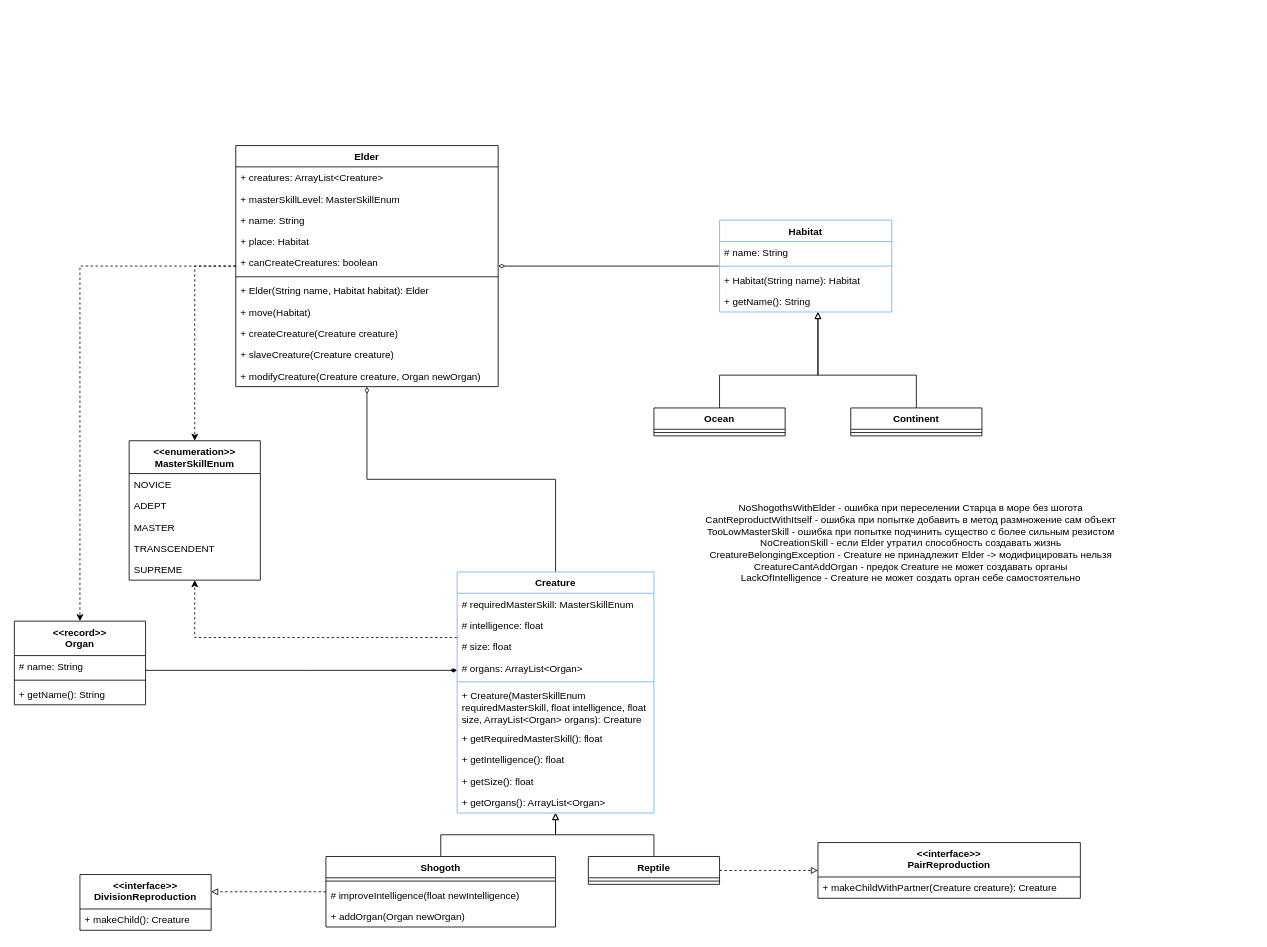
Above: Class diagram.drawio in AskarKasimov/programming-lab-3 (draw.io), before the change. Source tidied: cells renumbered, new cells numbered last; positions are measured from the earlier drawing's top-left corner, leaving out a move shared by most shapes. Both pictures are drawn from the tidied source at 82%, with x=0, y=0 at pixel (14, 145).
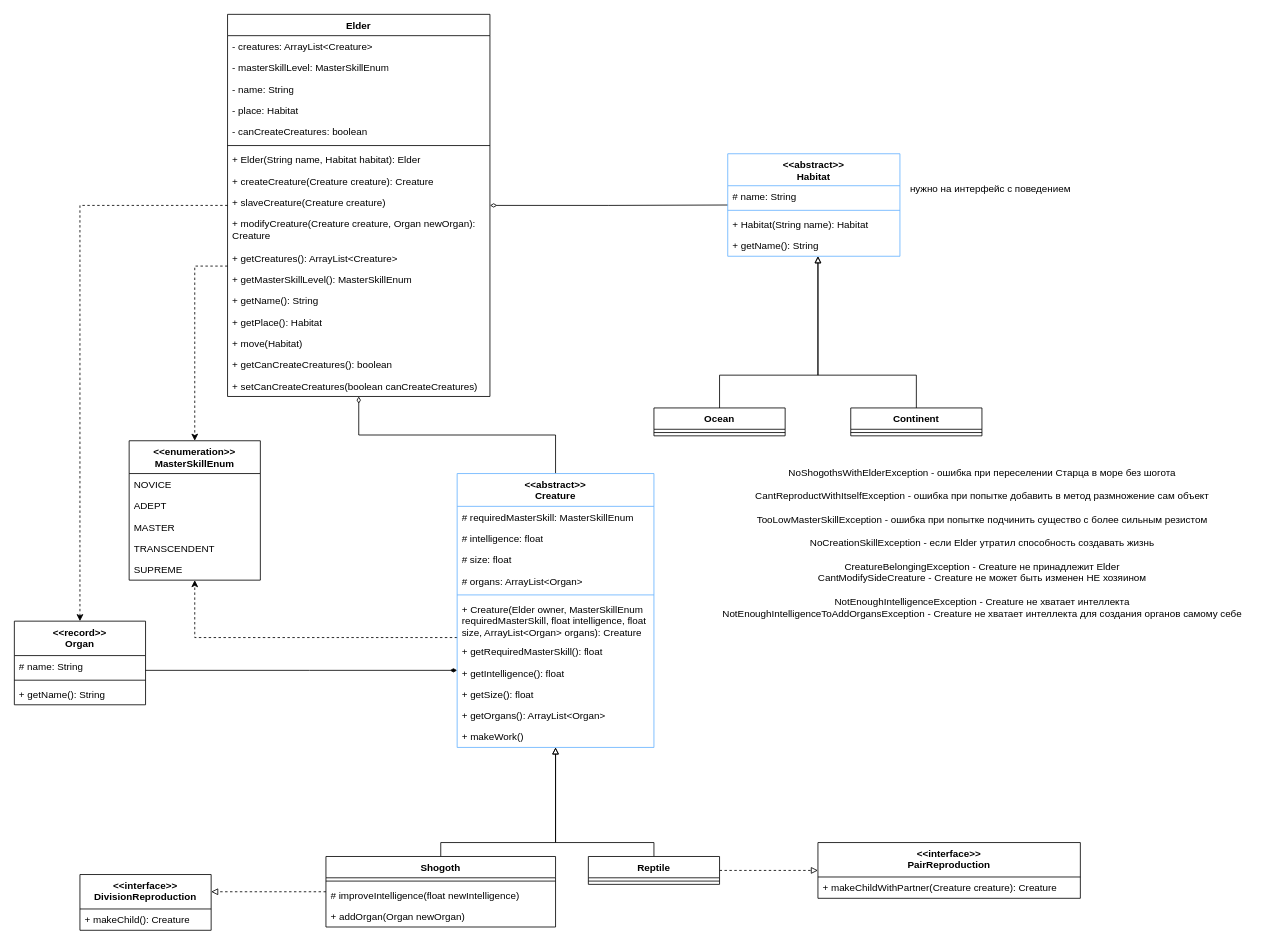
The same diagram, later.

The change refers to these unchanged cells:
```xml
<mxCell id="24" value="Ocean" style="swimlane;fontStyle=1;align=center;verticalAlign=top;horizontal=1;startSize=26;whiteSpace=wrap;html=1;" parent="1" vertex="1">
  <mxGeometry x="780" y="320" width="160" height="34" as="geometry" />
</mxCell>
<mxCell id="27" value="Continent" style="swimlane;fontStyle=1;align=center;verticalAlign=top;horizontal=1;startSize=26;whiteSpace=wrap;html=1;" parent="1" vertex="1">
  <mxGeometry x="1020" y="320" width="160" height="34" as="geometry" />
</mxCell>
<mxCell id="31" value="Reptile" style="swimlane;fontStyle=1;align=center;verticalAlign=top;horizontal=1;startSize=26;whiteSpace=wrap;html=1;" parent="1" vertex="1">
  <mxGeometry x="700" y="867" width="160" height="34" as="geometry" />
</mxCell>
<mxCell id="49" value="Shogoth" style="swimlane;fontStyle=1;align=center;verticalAlign=top;horizontal=1;startSize=26;whiteSpace=wrap;html=1;" parent="1" vertex="1">
  <mxGeometry x="380" y="867" width="280" height="86" as="geometry" />
</mxCell>
```

Diff of the diagram source:
```diff
@@
     <mxCell id="6" value="Elder" style="swimlane;fontStyle=1;align=center;verticalAlign=top;horizontal=1;startSize=26;whiteSpace=wrap;html=1;" parent="1" vertex="1">
-      <mxGeometry x="270" width="320" height="294" as="geometry" />
+      <mxGeometry x="260" y="-160" width="320" height="466" as="geometry" />
     </mxCell>
-    <mxCell id="7" value="+ creatures: ArrayList&amp;lt;Creature&amp;gt;" style="text;strokeColor=none;fillColor=none;align=left;verticalAlign=top;spacingLeft=4;spacingRight=4;overflow=hidden;whiteSpace=wrap;html=1;" parent="6" vertex="1">
+    <mxCell id="7" value="- creatures: ArrayList&amp;lt;Creature&amp;gt;" style="text;strokeColor=none;fillColor=none;align=left;verticalAlign=top;spacingLeft=4;spacingRight=4;overflow=hidden;whiteSpace=wrap;html=1;" parent="6" vertex="1">
       <mxGeometry y="26" width="320" height="26" as="geometry" />
     </mxCell>
-    <mxCell id="8" value="+ masterSkillLevel: MasterSkillEnum" style="text;strokeColor=none;fillColor=none;align=left;verticalAlign=top;spacingLeft=4;spacingRight=4;overflow=hidden;whiteSpace=wrap;html=1;" parent="6" vertex="1">
+    <mxCell id="8" value="- masterSkillLevel: MasterSkillEnum" style="text;strokeColor=none;fillColor=none;align=left;verticalAlign=top;spacingLeft=4;spacingRight=4;overflow=hidden;whiteSpace=wrap;html=1;" parent="6" vertex="1">
       <mxGeometry y="52" width="320" height="26" as="geometry" />
     </mxCell>
-    <mxCell id="9" value="+ name: String" style="text;strokeColor=none;fillColor=none;align=left;verticalAlign=top;spacingLeft=4;spacingRight=4;overflow=hidden;whiteSpace=wrap;html=1;" parent="6" vertex="1">
+    <mxCell id="9" value="- name: String" style="text;strokeColor=none;fillColor=none;align=left;verticalAlign=top;spacingLeft=4;spacingRight=4;overflow=hidden;whiteSpace=wrap;html=1;" parent="6" vertex="1">
       <mxGeometry y="78" width="320" height="26" as="geometry" />
     </mxCell>
-    <mxCell id="10" value="+ place: Habitat" style="text;strokeColor=none;fillColor=none;align=left;verticalAlign=top;spacingLeft=4;spacingRight=4;overflow=hidden;whiteSpace=wrap;html=1;" parent="6" vertex="1">
+    <mxCell id="10" value="- place: Habitat" style="text;strokeColor=none;fillColor=none;align=left;verticalAlign=top;spacingLeft=4;spacingRight=4;overflow=hidden;whiteSpace=wrap;html=1;" parent="6" vertex="1">
       <mxGeometry y="104" width="320" height="26" as="geometry" />
     </mxCell>
-    <mxCell id="11" value="+ canCreateCreatures: boolean" style="text;strokeColor=none;fillColor=none;align=left;verticalAlign=top;spacingLeft=4;spacingRight=4;overflow=hidden;whiteSpace=wrap;html=1;" parent="6" vertex="1">
+    <mxCell id="11" value="- canCreateCreatures: boolean" style="text;strokeColor=none;fillColor=none;align=left;verticalAlign=top;spacingLeft=4;spacingRight=4;overflow=hidden;whiteSpace=wrap;html=1;" parent="6" vertex="1">
       <mxGeometry y="130" width="320" height="26" as="geometry" />
     </mxCell>
@@
-    <mxCell id="14" value="+ move(Habitat)" style="text;strokeColor=none;fillColor=none;align=left;verticalAlign=top;spacingLeft=4;spacingRight=4;overflow=hidden;whiteSpace=wrap;html=1;" parent="6" vertex="1">
-      <mxGeometry y="190" width="320" height="26" as="geometry" />
-    </mxCell>
-    <mxCell id="15" value="+ createCreature(Creature creature)" style="text;strokeColor=none;fillColor=none;align=left;verticalAlign=top;spacingLeft=4;spacingRight=4;overflow=hidden;whiteSpace=wrap;html=1;" parent="6" vertex="1">
-      <mxGeometry y="216" width="320" height="26" as="geometry" />
+    <mxCell id="15" value="+ createCreature(Creature creature): Creature" style="text;strokeColor=none;fillColor=none;align=left;verticalAlign=top;spacingLeft=4;spacingRight=4;overflow=hidden;whiteSpace=wrap;html=1;" parent="6" vertex="1">
+      <mxGeometry y="190" width="320" height="26" as="geometry" />
     </mxCell>
     <mxCell id="16" value="+ slaveCreature(Creature creature)" style="text;strokeColor=none;fillColor=none;align=left;verticalAlign=top;spacingLeft=4;spacingRight=4;overflow=hidden;whiteSpace=wrap;html=1;" parent="6" vertex="1">
-      <mxGeometry y="242" width="320" height="26" as="geometry" />
+      <mxGeometry y="216" width="320" height="26" as="geometry" />
     </mxCell>
-    <mxCell id="17" value="+ modifyCreature(Creature creature, Organ newOrgan)" style="text;strokeColor=none;fillColor=none;align=left;verticalAlign=top;spacingLeft=4;spacingRight=4;overflow=hidden;whiteSpace=wrap;html=1;" parent="6" vertex="1">
-      <mxGeometry y="268" width="320" height="26" as="geometry" />
+    <mxCell id="17" value="+ modifyCreature(Creature creature, Organ newOrgan): Creature" style="text;strokeColor=none;fillColor=none;align=left;verticalAlign=top;spacingLeft=4;spacingRight=4;overflow=hidden;whiteSpace=wrap;html=1;" parent="6" vertex="1">
+      <mxGeometry y="242" width="320" height="42" as="geometry" />
     </mxCell>
+    <mxCell id="67" value="+ getCreatures(): ArrayList&amp;lt;Creature&amp;gt;" style="text;strokeColor=none;fillColor=none;align=left;verticalAlign=top;spacingLeft=4;spacingRight=4;overflow=hidden;whiteSpace=wrap;html=1;" parent="6" vertex="1">
+      <mxGeometry y="284" width="320" height="26" as="geometry" />
+    </mxCell>
+    <mxCell id="68" value="+ getMasterSkillLevel(): MasterSkillEnum" style="text;strokeColor=none;fillColor=none;align=left;verticalAlign=top;spacingLeft=4;spacingRight=4;overflow=hidden;whiteSpace=wrap;html=1;" parent="6" vertex="1">
+      <mxGeometry y="310" width="320" height="26" as="geometry" />
+    </mxCell>
+    <mxCell id="69" value="+ getName(): String" style="text;strokeColor=none;fillColor=none;align=left;verticalAlign=top;spacingLeft=4;spacingRight=4;overflow=hidden;whiteSpace=wrap;html=1;" parent="6" vertex="1">
+      <mxGeometry y="336" width="320" height="26" as="geometry" />
+    </mxCell>
+    <mxCell id="70" value="+ getPlace(): Habitat" style="text;strokeColor=none;fillColor=none;align=left;verticalAlign=top;spacingLeft=4;spacingRight=4;overflow=hidden;whiteSpace=wrap;html=1;" parent="6" vertex="1">
+      <mxGeometry y="362" width="320" height="26" as="geometry" />
+    </mxCell>
+    <mxCell id="14" value="+ move(Habitat)" style="text;strokeColor=none;fillColor=none;align=left;verticalAlign=top;spacingLeft=4;spacingRight=4;overflow=hidden;whiteSpace=wrap;html=1;" parent="6" vertex="1">
+      <mxGeometry y="388" width="320" height="26" as="geometry" />
+    </mxCell>
+    <mxCell id="71" value="+ getCanCreateCreatures(): boolean" style="text;strokeColor=none;fillColor=none;align=left;verticalAlign=top;spacingLeft=4;spacingRight=4;overflow=hidden;whiteSpace=wrap;html=1;" parent="6" vertex="1">
+      <mxGeometry y="414" width="320" height="26" as="geometry" />
+    </mxCell>
+    <mxCell id="72" value="+ setCanCreateCreatures(boolean canCreateCreatures)" style="text;strokeColor=none;fillColor=none;align=left;verticalAlign=top;spacingLeft=4;spacingRight=4;overflow=hidden;whiteSpace=wrap;html=1;" parent="6" vertex="1">
+      <mxGeometry y="440" width="320" height="26" as="geometry" />
+    </mxCell>
-    <mxCell id="18" value="Habitat" style="swimlane;fontStyle=1;align=center;verticalAlign=top;horizontal=1;startSize=26;whiteSpace=wrap;html=1;strokeColor=#66B2FF;" parent="1" vertex="1">
-      <mxGeometry x="860" y="91" width="210" height="112" as="geometry" />
+    <mxCell id="18" value="&lt;div&gt;&amp;lt;&amp;lt;abstract&amp;gt;&amp;gt;&lt;/div&gt;Habitat" style="swimlane;fontStyle=1;align=center;verticalAlign=top;horizontal=1;startSize=39;whiteSpace=wrap;html=1;strokeColor=#66B2FF;" parent="1" vertex="1">
+      <mxGeometry x="870" y="10" width="210" height="125" as="geometry" />
     </mxCell>
     <mxCell id="19" value="# name: String" style="text;strokeColor=none;fillColor=none;align=left;verticalAlign=top;spacingLeft=4;spacingRight=4;overflow=hidden;whiteSpace=wrap;html=1;" parent="18" vertex="1">
-      <mxGeometry y="26" width="210" height="26" as="geometry" />
+      <mxGeometry y="39" width="210" height="26" as="geometry" />
     </mxCell>
     <mxCell id="20" style="line;strokeWidth=1;fillColor=none;align=left;verticalAlign=middle;spacingTop=-1;spacingLeft=3;spacingRight=3;labelPosition=right;strokeColor=inherit;" parent="18" vertex="1">
-      <mxGeometry y="52" width="210" height="8" as="geometry" />
+      <mxGeometry y="65" width="210" height="8" as="geometry" />
     </mxCell>
     <mxCell id="21" value="+ Habitat(String name): Habitat" style="text;strokeColor=none;fillColor=none;align=left;verticalAlign=top;spacingLeft=4;spacingRight=4;overflow=hidden;whiteSpace=wrap;html=1;" parent="18" vertex="1">
-      <mxGeometry y="60" width="210" height="26" as="geometry" />
+      <mxGeometry y="73" width="210" height="26" as="geometry" />
     </mxCell>
     <mxCell id="22" value="+ getName(): String" style="text;strokeColor=none;fillColor=none;align=left;verticalAlign=top;spacingLeft=4;spacingRight=4;overflow=hidden;whiteSpace=wrap;html=1;" parent="18" vertex="1">
-      <mxGeometry y="86" width="210" height="26" as="geometry" />
+      <mxGeometry y="99" width="210" height="26" as="geometry" />
     </mxCell>
-    <mxCell id="23" style="edgeStyle=orthogonalEdgeStyle;rounded=0;jettySize=auto;html=1;endArrow=block;endFill=0;" parent="1" edge="1" source="24">
-      <mxGeometry relative="1" as="geometry">
-        <mxPoint x="980" y="203" as="targetPoint" />
-        <Array as="points">
-          <mxPoint x="860" y="280" />
-          <mxPoint x="980" y="280" />
-        </Array>
-      </mxGeometry>
-    </mxCell>
+    <mxCell id="73" style="edgeStyle=orthogonalEdgeStyle;rounded=0;jettySize=auto;html=1;endArrow=block;endFill=0;" parent="1" edge="1" source="24" target="18">
+      <mxGeometry relative="1" as="geometry">
+        <Array as="points">
+          <mxPoint x="860" y="280" />
+          <mxPoint x="980" y="280" />
+        </Array>
+      </mxGeometry>
+    </mxCell>
@@
-    <mxCell id="26" style="edgeStyle=orthogonalEdgeStyle;rounded=0;jettySize=auto;html=1;endArrow=block;endFill=0;" parent="1" edge="1" source="27">
+    <mxCell id="26" style="edgeStyle=orthogonalEdgeStyle;rounded=0;jettySize=auto;html=1;endArrow=block;endFill=0;" parent="1" edge="1" source="27" target="18">
       <mxGeometry relative="1" as="geometry">
-        <mxPoint x="980" y="203" as="targetPoint" />
         <Array as="points">
           <mxPoint x="1100" y="280" />
           <mxPoint x="980" y="280" />
         </Array>
       </mxGeometry>
     </mxCell>
@@
     <mxCell id="29" style="edgeStyle=orthogonalEdgeStyle;rounded=0;jettySize=auto;html=1;endArrow=block;endFill=0;" parent="1" edge="1" source="31" target="36">
-      <mxGeometry relative="1" as="geometry" />
+      <mxGeometry relative="1" as="geometry">
+        <Array as="points">
+          <mxPoint x="780" y="850" />
+          <mxPoint x="660" y="850" />
+        </Array>
+      </mxGeometry>
     </mxCell>
@@
-    <mxCell id="33" value="NoShogothsWithElder - ошибка при переселении Старца в море без шогота&lt;div&gt;CantReproductWithItself - ошибка при попытке добавить в метод размножение сам объект&lt;/div&gt;&lt;div&gt;TooLowMasterSkill - ошибка при попытке подчинить существо с более сильным резистом&lt;/div&gt;&lt;div&gt;NoCreationSkill - если Elder утратил способность создавать жизнь&lt;/div&gt;&lt;div&gt;CreatureBelongingException - Creature не принадлежит Elder -&amp;gt; модифицировать нельзя&lt;/div&gt;&lt;div&gt;CreatureCantAddOrgan - предок Creature не может создавать органы&lt;/div&gt;&lt;div&gt;LackOfIntelligence - Creature не может создать орган себе самостоятельно&lt;/div&gt;" style="text;html=1;align=center;verticalAlign=middle;strokeColor=none;fillColor=none;" parent="1" vertex="1">
-      <mxGeometry x="833" y="430" width="520" height="110" as="geometry" />
+    <mxCell id="33" value="NoShogothsWithElderException - ошибка при переселении Старца в море без шогота&lt;div&gt;&lt;br&gt;&lt;div&gt;CantReproductWithItselfException - ошибка при попытке добавить в метод размножение сам объект&lt;/div&gt;&lt;div&gt;&lt;br&gt;&lt;/div&gt;&lt;div&gt;TooLowMasterSkillException - ошибка при попытке подчинить существо с более сильным резистом&lt;/div&gt;&lt;div&gt;&lt;br&gt;&lt;/div&gt;&lt;div&gt;NoCreationSkillException - если Elder утратил способность создавать жизнь&lt;/div&gt;&lt;div&gt;&lt;br&gt;&lt;/div&gt;&lt;div&gt;CreatureBelongingException - Creature не принадлежит Elder&lt;/div&gt;&lt;div&gt;CantModifySideCreature - Creature не может быть изменен НЕ хозяином&lt;/div&gt;&lt;div&gt;&lt;br&gt;&lt;/div&gt;&lt;div&gt;NotEnoughIntelligenceException - Creature не хватает интеллекта&lt;/div&gt;&lt;div&gt;NotEnoughIntelligenceToAddOrgansException - Creature не хватает интеллекта для создания органов самому себе&lt;br&gt;&lt;/div&gt;&lt;/div&gt;" style="text;html=1;align=center;verticalAlign=middle;strokeColor=none;fillColor=none;" parent="1" vertex="1">
+      <mxGeometry x="850" y="385" width="660" height="200" as="geometry" />
     </mxCell>
@@
-    <mxCell id="36" value="&lt;span style=&quot;white-space-collapse: preserve;&quot; class=&quot;EzKURWReUAB5oZgtQNkl&quot;&gt;Creature&lt;/span&gt;" style="swimlane;fontStyle=1;align=center;verticalAlign=top;horizontal=1;startSize=26;whiteSpace=wrap;html=1;strokeColor=#66B2FF;" parent="1" vertex="1">
-      <mxGeometry x="540" y="520" width="240" height="294" as="geometry" />
+    <mxCell id="36" value="&lt;div&gt;&lt;span style=&quot;white-space-collapse: preserve;&quot; class=&quot;EzKURWReUAB5oZgtQNkl&quot;&gt;&amp;lt;&amp;lt;abstract&amp;gt;&amp;gt;&lt;/span&gt;&lt;/div&gt;&lt;span style=&quot;white-space-collapse: preserve;&quot; class=&quot;EzKURWReUAB5oZgtQNkl&quot;&gt;Creature&lt;/span&gt;" style="swimlane;fontStyle=1;align=center;verticalAlign=top;horizontal=1;startSize=40;whiteSpace=wrap;html=1;strokeColor=#66B2FF;" parent="1" vertex="1">
+      <mxGeometry x="540" y="400" width="240" height="334" as="geometry" />
     </mxCell>
     <mxCell id="37" value="# requiredMasterSkill: MasterSkillEnum" style="text;strokeColor=none;fillColor=none;align=left;verticalAlign=top;spacingLeft=4;spacingRight=4;overflow=hidden;whiteSpace=wrap;html=1;" parent="36" vertex="1">
-      <mxGeometry y="26" width="240" height="26" as="geometry" />
+      <mxGeometry y="40" width="240" height="26" as="geometry" />
     </mxCell>
     <mxCell id="38" value="# intelligence: float" style="text;strokeColor=none;fillColor=none;align=left;verticalAlign=top;spacingLeft=4;spacingRight=4;overflow=hidden;whiteSpace=wrap;html=1;" parent="36" vertex="1">
-      <mxGeometry y="52" width="240" height="26" as="geometry" />
+      <mxGeometry y="66" width="240" height="26" as="geometry" />
     </mxCell>
     <mxCell id="39" value="# size: float" style="text;strokeColor=none;fillColor=none;align=left;verticalAlign=top;spacingLeft=4;spacingRight=4;overflow=hidden;whiteSpace=wrap;html=1;" parent="36" vertex="1">
-      <mxGeometry y="78" width="240" height="26" as="geometry" />
+      <mxGeometry y="92" width="240" height="26" as="geometry" />
     </mxCell>
     <mxCell id="40" value="# organs: ArrayList&amp;lt;Organ&amp;gt;" style="text;strokeColor=none;fillColor=none;align=left;verticalAlign=top;spacingLeft=4;spacingRight=4;overflow=hidden;whiteSpace=wrap;html=1;" parent="36" vertex="1">
-      <mxGeometry y="104" width="240" height="26" as="geometry" />
+      <mxGeometry y="118" width="240" height="26" as="geometry" />
     </mxCell>
     <mxCell id="41" style="line;strokeWidth=1;fillColor=none;align=left;verticalAlign=middle;spacingTop=-1;spacingLeft=3;spacingRight=3;labelPosition=right;strokeColor=inherit;" parent="36" vertex="1">
-      <mxGeometry y="130" width="240" height="8" as="geometry" />
+      <mxGeometry y="144" width="240" height="8" as="geometry" />
     </mxCell>
-    <mxCell id="42" value="+ Creature(MasterSkillEnum requiredMasterSkill, float intelligence, float size, ArrayList&amp;lt;Organ&amp;gt; organs): Creature" style="text;strokeColor=none;fillColor=none;align=left;verticalAlign=top;spacingLeft=4;spacingRight=4;overflow=hidden;whiteSpace=wrap;html=1;" parent="36" vertex="1">
-      <mxGeometry y="138" width="240" height="52" as="geometry" />
+    <mxCell id="42" value="+ Creature(Elder owner, MasterSkillEnum requiredMasterSkill, float intelligence, float size, ArrayList&amp;lt;Organ&amp;gt; organs): Creature" style="text;strokeColor=none;fillColor=none;align=left;verticalAlign=top;spacingLeft=4;spacingRight=4;overflow=hidden;whiteSpace=wrap;html=1;" parent="36" vertex="1">
+      <mxGeometry y="152" width="240" height="52" as="geometry" />
     </mxCell>
     <mxCell id="43" value="+ getRequiredMasterSkill(): float" style="text;strokeColor=none;fillColor=none;align=left;verticalAlign=top;spacingLeft=4;spacingRight=4;overflow=hidden;whiteSpace=wrap;html=1;" parent="36" vertex="1">
-      <mxGeometry y="190" width="240" height="26" as="geometry" />
+      <mxGeometry y="204" width="240" height="26" as="geometry" />
     </mxCell>
     <mxCell id="44" value="+ getIntelligence(): float" style="text;strokeColor=none;fillColor=none;align=left;verticalAlign=top;spacingLeft=4;spacingRight=4;overflow=hidden;whiteSpace=wrap;html=1;" parent="36" vertex="1">
-      <mxGeometry y="216" width="240" height="26" as="geometry" />
+      <mxGeometry y="230" width="240" height="26" as="geometry" />
     </mxCell>
     <mxCell id="45" value="+ getSize(): float" style="text;strokeColor=none;fillColor=none;align=left;verticalAlign=top;spacingLeft=4;spacingRight=4;overflow=hidden;whiteSpace=wrap;html=1;" parent="36" vertex="1">
-      <mxGeometry y="242" width="240" height="26" as="geometry" />
+      <mxGeometry y="256" width="240" height="26" as="geometry" />
     </mxCell>
     <mxCell id="46" value="+ getOrgans(): ArrayList&amp;lt;Organ&amp;gt;" style="text;strokeColor=none;fillColor=none;align=left;verticalAlign=top;spacingLeft=4;spacingRight=4;overflow=hidden;whiteSpace=wrap;html=1;" parent="36" vertex="1">
-      <mxGeometry y="268" width="240" height="26" as="geometry" />
+      <mxGeometry y="282" width="240" height="26" as="geometry" />
     </mxCell>
+    <mxCell id="74" value="+ makeWork()" style="text;strokeColor=none;fillColor=none;align=left;verticalAlign=top;spacingLeft=4;spacingRight=4;overflow=hidden;whiteSpace=wrap;html=1;" parent="36" vertex="1">
+      <mxGeometry y="308" width="240" height="26" as="geometry" />
+    </mxCell>
     <mxCell id="47" style="edgeStyle=orthogonalEdgeStyle;rounded=0;jettySize=auto;html=1;endArrow=block;endFill=0;" parent="1" edge="1" source="49" target="36">
-      <mxGeometry relative="1" as="geometry" />
+      <mxGeometry relative="1" as="geometry">
+        <Array as="points">
+          <mxPoint x="520" y="850" />
+          <mxPoint x="660" y="850" />
+        </Array>
+      </mxGeometry>
     </mxCell>
@@
+    <mxCell id="75" value="нужно на интерфейс с поведением" style="text;html=1;align=center;verticalAlign=middle;strokeColor=none;fillColor=none;" parent="1" vertex="1">
+      <mxGeometry x="1080" y="38" width="220" height="30" as="geometry" />
+    </mxCell>
```
